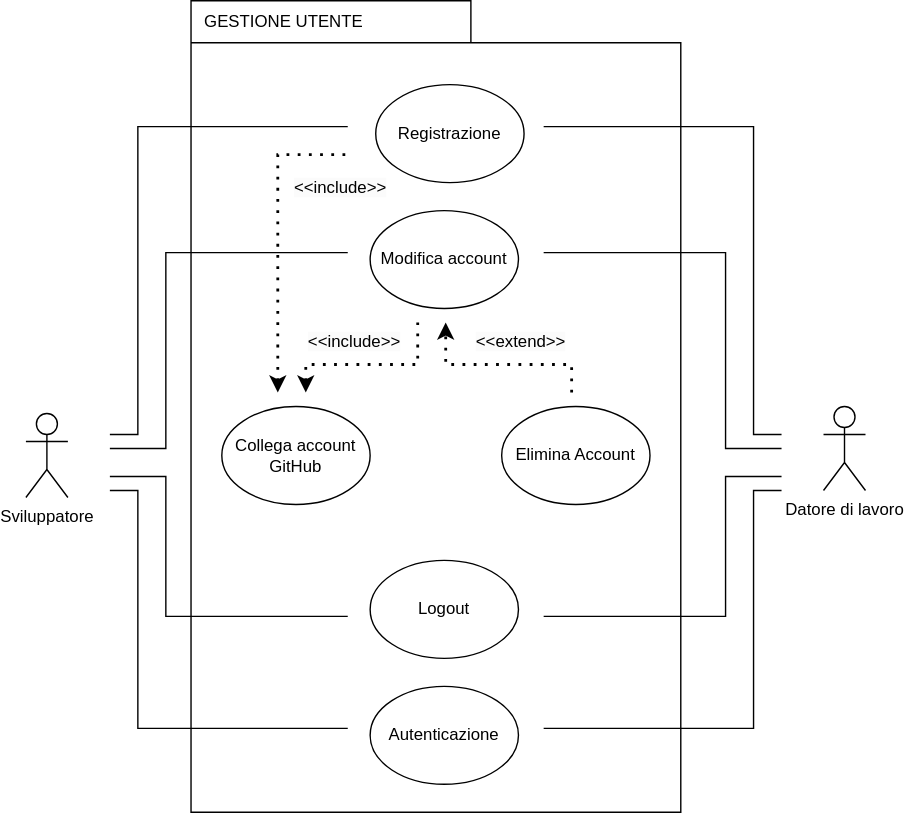
The draw.io diagram Documentazione/Requirement_Analysis_Document/Use_Case_Diagram/UCD_GU.svg in JacopoPassariello/TuringCareers, before a commit. Source tidied: cells renumbered, new cells last; positions are measured from the earlier drawing's top-left corner, leaving out a move shared by most shapes.
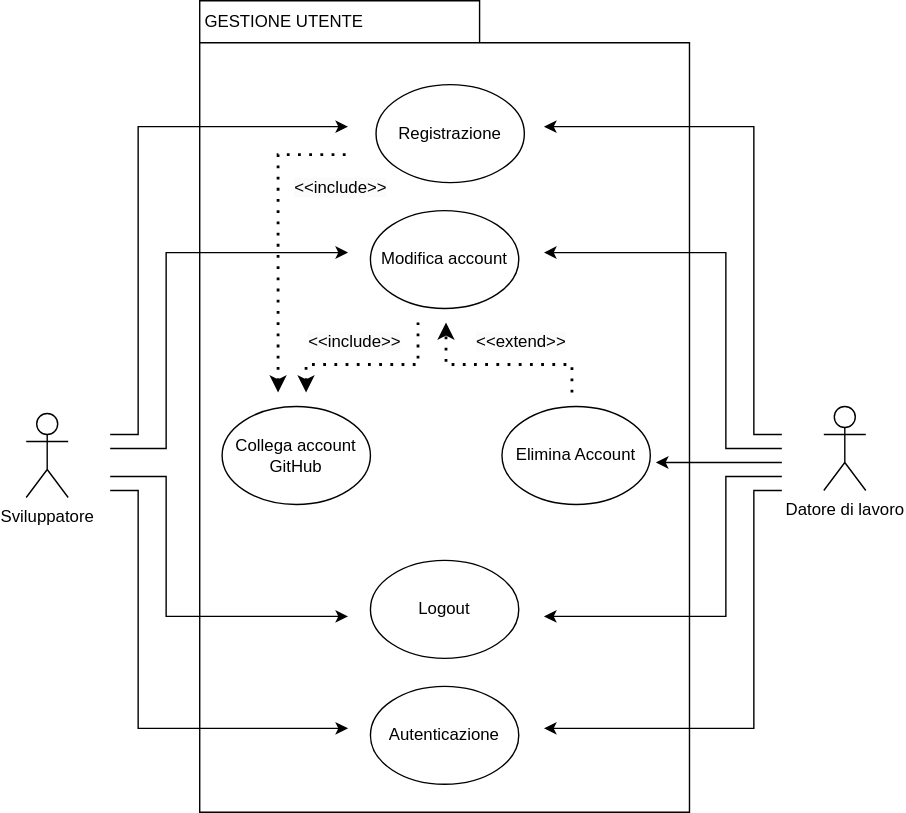
After the change.

Change to the diagram source:
```diff
@@ -3,7 +3,7 @@
     <mxCell id="0" />
     <mxCell id="1" parent="0" />
     <mxCell id="2" style="shape=folder;fontStyle=1;tabWidth=200;tabHeight=30;tabPosition=left;html=1;boundedLbl=1;whiteSpace=wrap;" parent="1" vertex="1">
-      <mxGeometry x="118" width="350" height="580" as="geometry" />
+      <mxGeometry x="124" width="350" height="580" as="geometry" />
     </mxCell>
     <mxCell id="3" value="Datore di lavoro" style="shape=umlActor;verticalLabelPosition=bottom;verticalAlign=top;html=1;" parent="1" vertex="1">
       <mxGeometry x="570" y="290" width="30" height="60" as="geometry" />
@@ -26,7 +26,7 @@
     <mxCell id="9" value="Modifica account" style="ellipse;whiteSpace=wrap;html=1;" parent="1" vertex="1">
       <mxGeometry x="246" y="150" width="106" height="70" as="geometry" />
     </mxCell>
-    <mxCell id="10" style="endArrow=none;html=1;rounded=0;" parent="1" edge="1">
+    <mxCell id="10" style="endArrow=classic;html=1;rounded=0;endFill=1;" parent="1" edge="1">
       <mxGeometry relative="1" as="geometry">
         <mxPoint x="60" y="310" as="sourcePoint" />
         <mxPoint x="230" y="90" as="targetPoint" />
@@ -81,7 +81,7 @@
     <mxCell id="18" value="&lt;span style=&quot;color: rgb(0, 0, 0); font-family: Helvetica; font-size: 12px; font-style: normal; font-variant-ligatures: normal; font-variant-caps: normal; font-weight: 400; letter-spacing: normal; orphans: 2; text-align: center; text-indent: 0px; text-transform: none; widows: 2; word-spacing: 0px; -webkit-text-stroke-width: 0px; background-color: rgb(251, 251, 251); text-decoration-thickness: initial; text-decoration-style: initial; text-decoration-color: initial; float: none; display: inline !important;&quot;&gt;&amp;lt;&amp;lt;extend&amp;gt;&amp;gt;&lt;/span&gt;" style="text;whiteSpace=wrap;html=1;" parent="1" vertex="1">
       <mxGeometry x="320" y="230" width="100" height="40" as="geometry" />
     </mxCell>
-    <mxCell id="19" style="endArrow=none;html=1;rounded=0;" parent="1" edge="1">
+    <mxCell id="19" style="endArrow=classic;html=1;rounded=0;endFill=1;" parent="1" edge="1">
       <mxGeometry relative="1" as="geometry">
         <mxPoint x="60" y="320" as="sourcePoint" />
         <mxPoint x="230" y="180" as="targetPoint" />
@@ -91,7 +91,7 @@
         </Array>
       </mxGeometry>
     </mxCell>
-    <mxCell id="20" style="endArrow=none;html=1;rounded=0;" parent="1" edge="1">
+    <mxCell id="20" style="endArrow=classic;html=1;rounded=0;endFill=1;" parent="1" edge="1">
       <mxGeometry relative="1" as="geometry">
         <mxPoint x="60" y="340" as="sourcePoint" />
         <mxPoint x="230" y="440" as="targetPoint" />
@@ -101,7 +101,7 @@
         </Array>
       </mxGeometry>
     </mxCell>
-    <mxCell id="21" style="endArrow=none;html=1;rounded=0;" parent="1" edge="1">
+    <mxCell id="21" style="endArrow=classic;html=1;rounded=0;endFill=1;" parent="1" edge="1">
       <mxGeometry relative="1" as="geometry">
         <mxPoint x="60" y="350" as="sourcePoint" />
         <mxPoint x="230" y="520" as="targetPoint" />
@@ -111,7 +111,7 @@
         </Array>
       </mxGeometry>
     </mxCell>
-    <mxCell id="22" style="endArrow=none;html=1;rounded=0;" parent="1" edge="1">
+    <mxCell id="22" style="endArrow=classic;html=1;rounded=0;endFill=1;" parent="1" edge="1">
       <mxGeometry relative="1" as="geometry">
         <mxPoint x="540" y="310" as="sourcePoint" />
         <mxPoint x="370" y="90" as="targetPoint" />
@@ -121,7 +121,7 @@
         </Array>
       </mxGeometry>
     </mxCell>
-    <mxCell id="23" style="endArrow=none;html=1;rounded=0;" parent="1" edge="1">
+    <mxCell id="23" style="endArrow=classic;html=1;rounded=0;endFill=1;" parent="1" edge="1">
       <mxGeometry relative="1" as="geometry">
         <mxPoint x="540" y="320" as="sourcePoint" />
         <mxPoint x="370" y="180" as="targetPoint" />
@@ -131,7 +131,7 @@
         </Array>
       </mxGeometry>
     </mxCell>
-    <mxCell id="24" style="endArrow=none;html=1;rounded=0;" parent="1" edge="1">
+    <mxCell id="24" style="endArrow=classic;html=1;rounded=0;endFill=1;" parent="1" edge="1">
       <mxGeometry relative="1" as="geometry">
         <mxPoint x="540" y="340" as="sourcePoint" />
         <mxPoint x="370" y="440" as="targetPoint" />
@@ -141,7 +141,7 @@
         </Array>
       </mxGeometry>
     </mxCell>
-    <mxCell id="25" style="endArrow=none;html=1;rounded=0;" parent="1" edge="1">
+    <mxCell id="25" style="endArrow=classic;html=1;rounded=0;endFill=1;" parent="1" edge="1">
       <mxGeometry relative="1" as="geometry">
         <mxPoint x="540" y="350" as="sourcePoint" />
         <mxPoint x="370" y="520" as="targetPoint" />
@@ -151,5 +151,11 @@
         </Array>
       </mxGeometry>
     </mxCell>
+    <mxCell id="26" style="endArrow=classic;html=1;rounded=0;" parent="1" edge="1">
+      <mxGeometry relative="1" as="geometry">
+        <mxPoint x="540" y="330" as="sourcePoint" />
+        <mxPoint x="450" y="330" as="targetPoint" />
+      </mxGeometry>
+    </mxCell>
   </root>
 </mxGraphModel>
```
